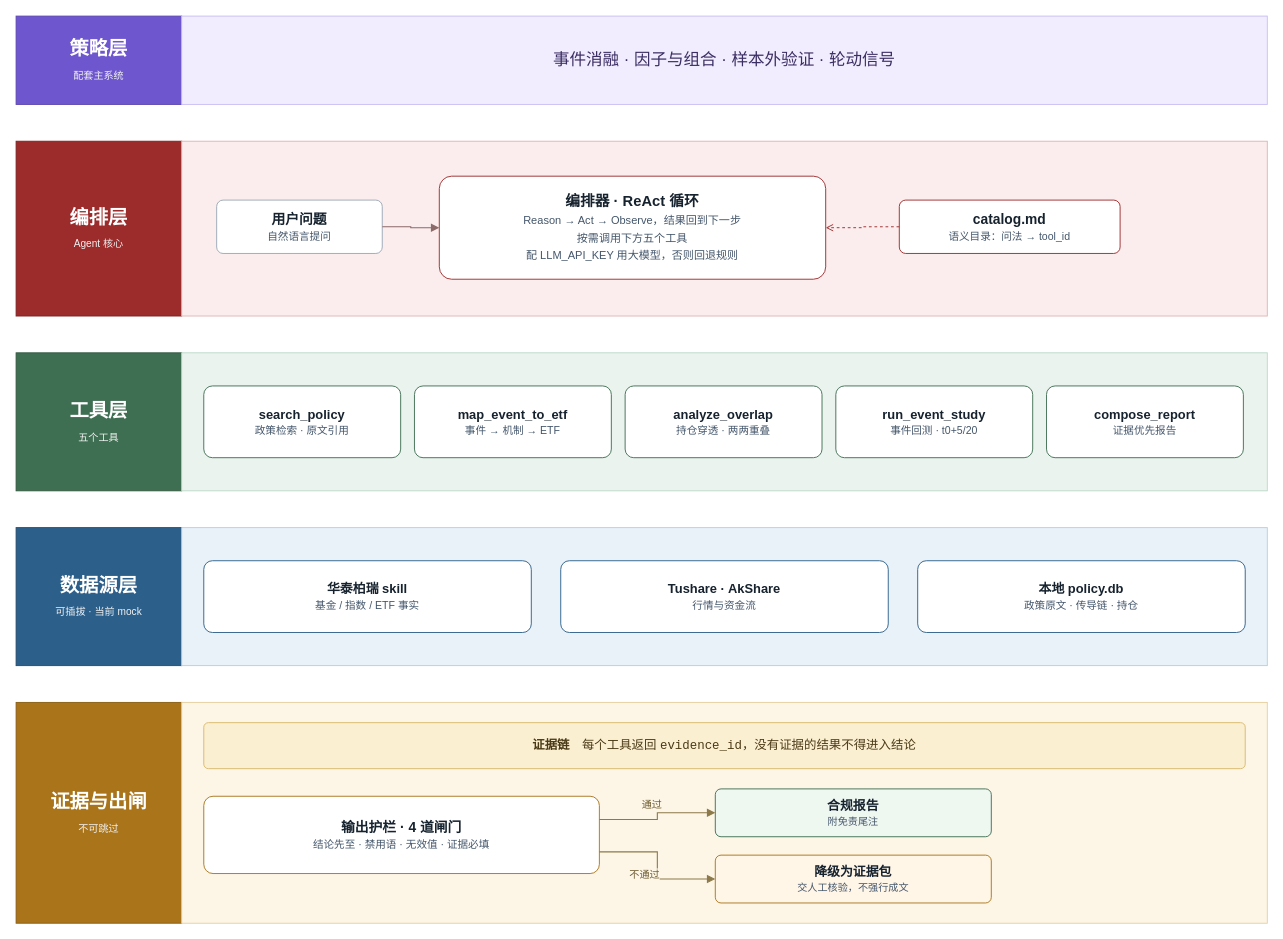
The draw.io diagram docs/architecture.drawio in ChinaLyn/etf-research-agent, before the edit. Source tidied: cells renumbered, new cells numbered last; positions are measured from the earlier drawing's top-left corner, leaving out a move shared by most shapes. Both pictures are drawn from the tidied source at 92%, with x=0, y=0 at pixel (16, 16).
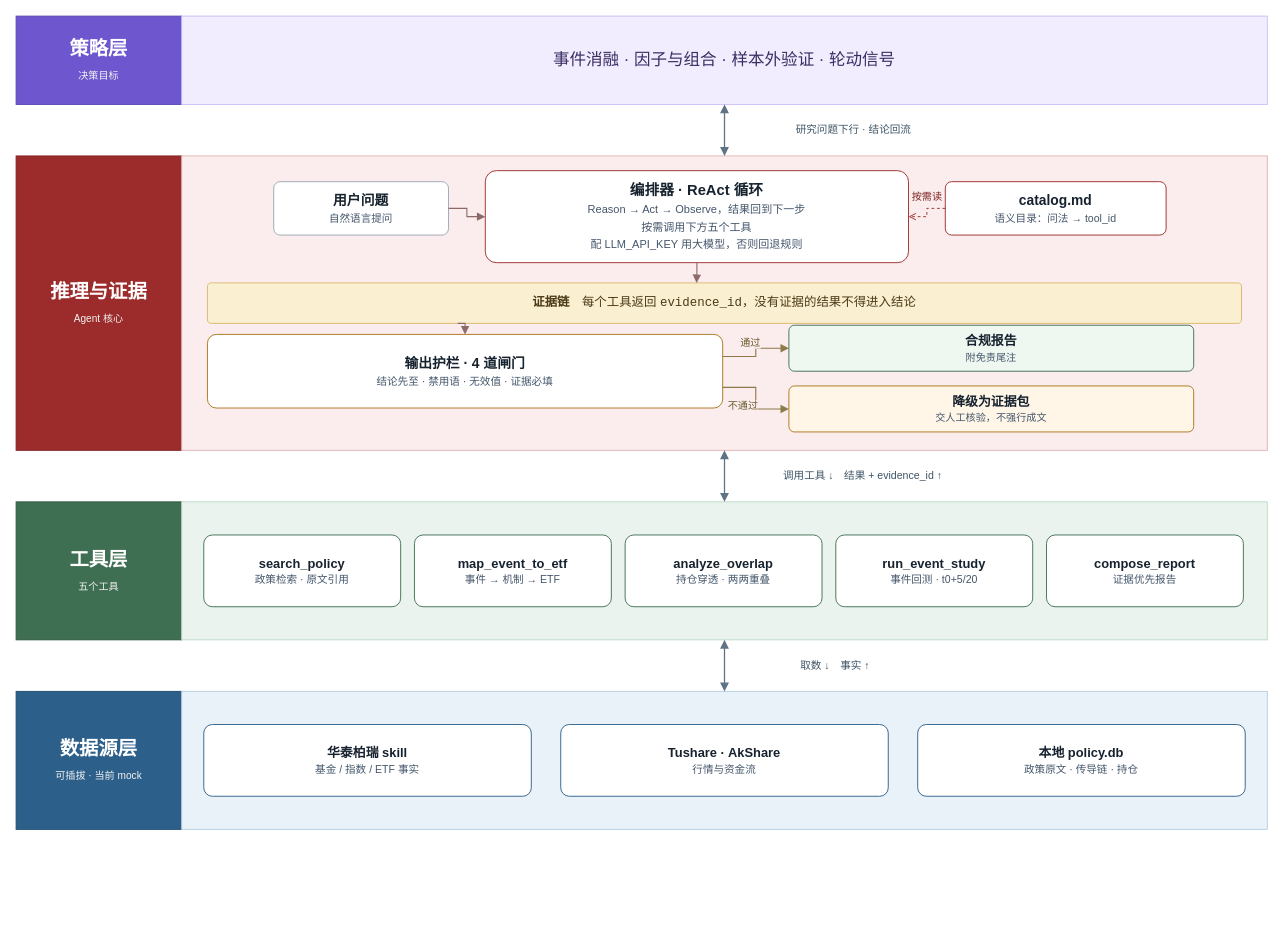
The same page after the edit.

Commit message (it also covers changes not shown here):
docs: 层间关系用双向箭头标出（问题下行/结论回流、调用/结果、取数/事实）

The change refers to these unchanged cells:
```xml
<mxCell id="3" style="rounded=0;whiteSpace=wrap;html=1;fontFamily=Microsoft YaHei;fillColor=#F1ECFE;strokeColor=#C9BEF5;" parent="1" vertex="1">
  <mxGeometry x="180" width="1180" height="96" as="geometry" />
</mxCell>
```

What changed in the source:
```diff
@@
-    <mxCell id="2" value="&lt;b&gt;策略层&lt;/b&gt;&lt;br&gt;&lt;font style=&quot;font-size:11px;color:#F2F2F2&quot;&gt;配套主系统&lt;/font&gt;" style="rounded=0;whiteSpace=wrap;html=1;fontSize=21;fontColor=#FFFFFF;fontFamily=Microsoft YaHei;fillColor=#6E56CF;strokeColor=#5A45B0;" parent="1" vertex="1">
+    <mxCell id="2" value="&lt;b&gt;策略层&lt;/b&gt;&lt;br&gt;&lt;font style=&quot;font-size:11px;color:#F2F2F2&quot;&gt;决策目标&lt;/font&gt;" style="rounded=0;whiteSpace=wrap;html=1;fontSize=21;fontColor=#FFFFFF;fontFamily=Microsoft YaHei;fillColor=#6E56CF;strokeColor=#5A45B0;" parent="1" vertex="1">
       <mxGeometry width="180" height="96" as="geometry" />
     </mxCell>
@@
-    <mxCell id="5" value="&lt;b&gt;编排层&lt;/b&gt;&lt;br&gt;&lt;font style=&quot;font-size:11px;color:#F2F2F2&quot;&gt;Agent 核心&lt;/font&gt;" style="rounded=0;whiteSpace=wrap;html=1;fontSize=21;fontColor=#FFFFFF;fontFamily=Microsoft YaHei;fillColor=#9C2B2B;strokeColor=#7F2222;" parent="1" vertex="1">
-      <mxGeometry y="136" width="180" height="190" as="geometry" />
+    <mxCell id="5" value="&lt;b&gt;推理与证据&lt;/b&gt;&lt;br&gt;&lt;font style=&quot;font-size:11px;color:#F2F2F2&quot;&gt;Agent 核心&lt;/font&gt;" style="rounded=0;whiteSpace=wrap;html=1;fontSize=21;fontColor=#FFFFFF;fontFamily=Microsoft YaHei;fillColor=#9C2B2B;strokeColor=#7F2222;" parent="1" vertex="1">
+      <mxGeometry y="152" width="180" height="320" as="geometry" />
     </mxCell>
     <mxCell id="6" style="rounded=0;whiteSpace=wrap;html=1;fontFamily=Microsoft YaHei;fillColor=#FBEDED;strokeColor=#E0B4B4;" parent="1" vertex="1">
-      <mxGeometry x="180" y="136" width="1180" height="190" as="geometry" />
+      <mxGeometry x="180" y="152" width="1180" height="320" as="geometry" />
     </mxCell>
     <mxCell id="7" value="&lt;b&gt;用户问题&lt;/b&gt;&lt;br&gt;&lt;font style=&quot;font-size:11.5px;color:#44566B&quot;&gt;自然语言提问&lt;/font&gt;" style="rounded=1;arcSize=12;whiteSpace=wrap;html=1;fontSize=15;fontColor=#16222E;fontFamily=Microsoft YaHei;fillColor=#FFFFFF;strokeColor=#9AA7B4;" parent="6" vertex="1">
-      <mxGeometry x="38" y="64" width="180" height="58" as="geometry" />
+      <mxGeometry x="100" y="28" width="190" height="58" as="geometry" />
     </mxCell>
     <mxCell id="8" value="&lt;b&gt;编排器 · ReAct 循环&lt;/b&gt;&lt;br&gt;&lt;font style=&quot;font-size:12px;color:#44566B&quot;&gt;Reason → Act → Observe，结果回到下一步&lt;br&gt;按需调用下方五个工具&lt;br&gt;配 LLM_API_KEY 用大模型，否则回退规则&lt;/font&gt;" style="rounded=1;arcSize=12;whiteSpace=wrap;html=1;fontSize=16;fontColor=#16222E;fontFamily=Microsoft YaHei;fillColor=#FFFFFF;strokeColor=#9C2B2B;" parent="6" vertex="1">
-      <mxGeometry x="280" y="38" width="420" height="112" as="geometry" />
+      <mxGeometry x="330" y="16" width="460" height="100" as="geometry" />
     </mxCell>
     <mxCell id="9" value="&lt;b&gt;catalog.md&lt;/b&gt;&lt;br&gt;&lt;font style=&quot;font-size:11.5px;color:#44566B&quot;&gt;语义目录：问法 → tool_id&lt;/font&gt;" style="rounded=1;arcSize=12;whiteSpace=wrap;html=1;fontSize=15;fontColor=#16222E;fontFamily=Microsoft YaHei;fillColor=#FFFFFF;strokeColor=#9C2B2B;" parent="6" vertex="1">
-      <mxGeometry x="780" y="64" width="240" height="58" as="geometry" />
+      <mxGeometry x="830" y="28" width="240" height="58" as="geometry" />
     </mxCell>
+    <mxCell id="26" value="&lt;b&gt;证据链&lt;/b&gt;　每个工具返回 &lt;code&gt;evidence_id&lt;/code&gt;，没有证据的结果不得进入结论" style="rounded=1;arcSize=10;whiteSpace=wrap;html=1;fontSize=13.5;fontColor=#4A3A15;fontFamily=Microsoft YaHei;fillColor=#FBEFD2;strokeColor=#D9B96A;" parent="6" vertex="1">
+      <mxGeometry x="28" y="138" width="1124" height="44" as="geometry" />
+    </mxCell>
+    <mxCell id="27" value="&lt;b&gt;输出护栏 · 4 道闸门&lt;/b&gt;&lt;br&gt;&lt;font style=&quot;font-size:11.5px;color:#44566B&quot;&gt;结论先至 · 禁用语 · 无效值 · 证据必填&lt;/font&gt;" style="rounded=1;arcSize=12;whiteSpace=wrap;html=1;fontSize=15;fontColor=#16222E;fontFamily=Microsoft YaHei;fillColor=#FFFFFF;strokeColor=#A9741A;" parent="6" vertex="1">
+      <mxGeometry x="28" y="194" width="560" height="80" as="geometry" />
+    </mxCell>
+    <mxCell id="28" value="&lt;b&gt;合规报告&lt;/b&gt;&lt;br&gt;&lt;font style=&quot;font-size:11px;color:#44566B&quot;&gt;附免责尾注&lt;/font&gt;" style="rounded=1;arcSize=12;whiteSpace=wrap;html=1;fontSize=14;fontColor=#16222E;fontFamily=Microsoft YaHei;fillColor=#EFF7F1;strokeColor=#3F6F52;" parent="6" vertex="1">
+      <mxGeometry x="660" y="184" width="440" height="50" as="geometry" />
+    </mxCell>
+    <mxCell id="29" value="&lt;b&gt;降级为证据包&lt;/b&gt;&lt;br&gt;&lt;font style=&quot;font-size:11px;color:#44566B&quot;&gt;交人工核验，不强行成文&lt;/font&gt;" style="rounded=1;arcSize=12;whiteSpace=wrap;html=1;fontSize=14;fontColor=#16222E;fontFamily=Microsoft YaHei;fillColor=#FFF6E8;strokeColor=#A9741A;" parent="6" vertex="1">
+      <mxGeometry x="660" y="250" width="440" height="50" as="geometry" />
+    </mxCell>
-    <mxCell id="10" style="edgeStyle=orthogonalEdgeStyle;rounded=0;html=1;endArrow=block;endFill=1;strokeWidth=1.2;strokeColor=#8C6A6A;" parent="1" edge="1" source="7" target="8">
+    <mxCell id="10" style="edgeStyle=orthogonalEdgeStyle;rounded=0;html=1;endArrow=block;endFill=1;strokeWidth=1.2;strokeColor=#8C6A6A;exitX=1;exitY=0.5;exitDx=0;exitDy=0;entryX=0;entryY=0.5;entryDx=0;entryDy=0;" parent="1" edge="1" source="7" target="8">
       <mxGeometry relative="1" as="geometry" />
     </mxCell>
-    <mxCell id="11" style="edgeStyle=orthogonalEdgeStyle;rounded=0;html=1;dashed=1;endArrow=open;strokeColor=#9C2B2B;fontColor=#7F2222;fontSize=11;labelBackgroundColor=#FBEDED;" parent="1" edge="1" source="9" target="8">
-      <mxGeometry relative="1" as="geometry" />
+    <mxCell id="11" value="按需读" style="edgeStyle=orthogonalEdgeStyle;rounded=0;html=1;dashed=1;endArrow=open;strokeColor=#9C2B2B;fontColor=#7F2222;fontSize=11;labelBackgroundColor=#FBEDED;exitX=0;exitY=0.5;exitDx=0;exitDy=0;entryX=1;entryY=0.5;entryDx=0;entryDy=0;" parent="1" edge="1" source="9" target="8">
+      <mxGeometry relative="1" as="geometry">
+        <mxPoint y="-18" as="offset" />
+      </mxGeometry>
     </mxCell>
+    <mxCell id="32" style="edgeStyle=orthogonalEdgeStyle;rounded=0;html=1;endArrow=block;endFill=1;strokeWidth=1.2;strokeColor=#8C6A6A;exitX=0.5;exitY=1;exitDx=0;exitDy=0;entryX=0.473;entryY=0;entryDx=0;entryDy=0;" parent="1" edge="1" source="8" target="26">
+      <mxGeometry relative="1" as="geometry" />
+    </mxCell>
+    <mxCell id="33" style="edgeStyle=orthogonalEdgeStyle;rounded=0;html=1;endArrow=block;endFill=1;strokeWidth=1.2;strokeColor=#8C6A6A;exitX=0.242;exitY=1;exitDx=0;exitDy=0;entryX=0.5;entryY=0;entryDx=0;entryDy=0;" parent="1" edge="1" source="26" target="27">
+      <mxGeometry relative="1" as="geometry" />
+    </mxCell>
+    <mxCell id="30" value="通过" style="edgeStyle=orthogonalEdgeStyle;rounded=0;html=1;endArrow=block;endFill=1;strokeWidth=1.2;strokeColor=#8C7A4A;exitX=1;exitY=0.3;exitDx=0;exitDy=0;entryX=0;entryY=0.5;entryDx=0;entryDy=0;fontSize=11;fontColor=#6B5A2E;labelBackgroundColor=#FBEDED;" parent="1" edge="1" source="27" target="28">
+      <mxGeometry relative="1" as="geometry">
+        <mxPoint x="-6" y="-10" as="offset" />
+      </mxGeometry>
+    </mxCell>
+    <mxCell id="31" value="不通过" style="edgeStyle=orthogonalEdgeStyle;rounded=0;html=1;endArrow=block;endFill=1;strokeWidth=1.2;strokeColor=#8C7A4A;exitX=1;exitY=0.72;exitDx=0;exitDy=0;entryX=0;entryY=0.5;entryDx=0;entryDy=0;fontSize=11;fontColor=#6B5A2E;labelBackgroundColor=#FBEDED;" parent="1" edge="1" source="27" target="29">
+      <mxGeometry relative="1" as="geometry">
+        <mxPoint x="-14" y="8" as="offset" />
+      </mxGeometry>
+    </mxCell>
     <mxCell id="12" value="&lt;b&gt;工具层&lt;/b&gt;&lt;br&gt;&lt;font style=&quot;font-size:11px;color:#F2F2F2&quot;&gt;五个工具&lt;/font&gt;" style="rounded=0;whiteSpace=wrap;html=1;fontSize=21;fontColor=#FFFFFF;fontFamily=Microsoft YaHei;fillColor=#3F6F52;strokeColor=#31573F;" parent="1" vertex="1">
-      <mxGeometry y="366" width="180" height="150" as="geometry" />
+      <mxGeometry y="528" width="180" height="150" as="geometry" />
     </mxCell>
     <mxCell id="13" style="rounded=0;whiteSpace=wrap;html=1;fontFamily=Microsoft YaHei;fillColor=#EAF3EE;strokeColor=#BCD9C7;" parent="1" vertex="1">
-      <mxGeometry x="180" y="366" width="1180" height="150" as="geometry" />
+      <mxGeometry x="180" y="528" width="1180" height="150" as="geometry" />
     </mxCell>
@@
     <mxCell id="19" value="&lt;b&gt;数据源层&lt;/b&gt;&lt;br&gt;&lt;font style=&quot;font-size:11px;color:#F2F2F2&quot;&gt;可插拔 · 当前 mock&lt;/font&gt;" style="rounded=0;whiteSpace=wrap;html=1;fontSize=21;fontColor=#FFFFFF;fontFamily=Microsoft YaHei;fillColor=#2C5F8A;strokeColor=#234C6E;" parent="1" vertex="1">
-      <mxGeometry y="556" width="180" height="150" as="geometry" />
+      <mxGeometry y="734" width="180" height="150" as="geometry" />
     </mxCell>
     <mxCell id="20" style="rounded=0;whiteSpace=wrap;html=1;fontFamily=Microsoft YaHei;fillColor=#E9F2F8;strokeColor=#B7CFE0;" parent="1" vertex="1">
-      <mxGeometry x="180" y="556" width="1180" height="150" as="geometry" />
+      <mxGeometry x="180" y="734" width="1180" height="150" as="geometry" />
     </mxCell>
@@
-    <mxCell id="24" value="&lt;b&gt;证据与出闸&lt;/b&gt;&lt;br&gt;&lt;font style=&quot;font-size:11px;color:#F2F2F2&quot;&gt;不可跳过&lt;/font&gt;" style="rounded=0;whiteSpace=wrap;html=1;fontSize=21;fontColor=#FFFFFF;fontFamily=Microsoft YaHei;fillColor=#A9741A;strokeColor=#8A5E12;" parent="1" vertex="1">
-      <mxGeometry y="746" width="180" height="240" as="geometry" />
-    </mxCell>
-    <mxCell id="25" style="rounded=0;whiteSpace=wrap;html=1;fontFamily=Microsoft YaHei;fillColor=#FDF6E7;strokeColor=#E6CFA0;" parent="1" vertex="1">
-      <mxGeometry x="180" y="746" width="1180" height="240" as="geometry" />
-    </mxCell>
-    <mxCell id="26" value="&lt;b&gt;证据链&lt;/b&gt;　每个工具返回 &lt;code&gt;evidence_id&lt;/code&gt;，没有证据的结果不得进入结论" style="rounded=1;arcSize=10;whiteSpace=wrap;html=1;fontSize=13.5;fontColor=#4A3A15;fontFamily=Microsoft YaHei;fillColor=#FBEFD2;strokeColor=#D9B96A;" parent="25" vertex="1">
-      <mxGeometry x="24" y="22" width="1132" height="50" as="geometry" />
-    </mxCell>
-    <mxCell id="27" value="&lt;b&gt;输出护栏 · 4 道闸门&lt;/b&gt;&lt;br&gt;&lt;font style=&quot;font-size:11.5px;color:#44566B&quot;&gt;结论先至 · 禁用语 · 无效值 · 证据必填&lt;/font&gt;" style="rounded=1;arcSize=12;whiteSpace=wrap;html=1;fontSize=15;fontColor=#16222E;fontFamily=Microsoft YaHei;fillColor=#FFFFFF;strokeColor=#A9741A;" parent="25" vertex="1">
-      <mxGeometry x="24" y="102" width="430" height="84" as="geometry" />
-    </mxCell>
-    <mxCell id="28" value="&lt;b&gt;合规报告&lt;/b&gt;&lt;br&gt;&lt;font style=&quot;font-size:11px;color:#44566B&quot;&gt;附免责尾注&lt;/font&gt;" style="rounded=1;arcSize=12;whiteSpace=wrap;html=1;fontSize=14;fontColor=#16222E;fontFamily=Microsoft YaHei;fillColor=#EFF7F1;strokeColor=#3F6F52;" parent="25" vertex="1">
-      <mxGeometry x="580" y="94" width="300" height="52" as="geometry" />
-    </mxCell>
-    <mxCell id="29" value="&lt;b&gt;降级为证据包&lt;/b&gt;&lt;br&gt;&lt;font style=&quot;font-size:11px;color:#44566B&quot;&gt;交人工核验，不强行成文&lt;/font&gt;" style="rounded=1;arcSize=12;whiteSpace=wrap;html=1;fontSize=14;fontColor=#16222E;fontFamily=Microsoft YaHei;fillColor=#FFF6E8;strokeColor=#A9741A;" parent="25" vertex="1">
-      <mxGeometry x="580" y="166" width="300" height="52" as="geometry" />
-    </mxCell>
-    <mxCell id="30" value="通过" style="edgeStyle=orthogonalEdgeStyle;rounded=0;html=1;endArrow=block;endFill=1;strokeWidth=1.2;strokeColor=#8C7A4A;exitX=1;exitY=0.3;exitDx=0;exitDy=0;entryX=0;entryY=0.5;entryDx=0;entryDy=0;fontSize=11;fontColor=#6B5A2E;labelBackgroundColor=#FDF6E7;" parent="1" edge="1" source="27" target="28">
-      <mxGeometry relative="1" as="geometry">
-        <mxPoint x="-6" y="-12" as="offset" />
-      </mxGeometry>
-    </mxCell>
-    <mxCell id="31" value="不通过" style="edgeStyle=orthogonalEdgeStyle;rounded=0;html=1;endArrow=block;endFill=1;strokeWidth=1.2;strokeColor=#8C7A4A;exitX=1;exitY=0.72;exitDx=0;exitDy=0;entryX=0;entryY=0.5;entryDx=0;entryDy=0;fontSize=11;fontColor=#6B5A2E;labelBackgroundColor=#FDF6E7;" parent="1" edge="1" source="27" target="29">
-      <mxGeometry relative="1" as="geometry">
-        <mxPoint x="-14" y="10" as="offset" />
-      </mxGeometry>
-    </mxCell>
+    <mxCell id="34" value="研究问题下行 · 结论回流" style="edgeStyle=orthogonalEdgeStyle;rounded=0;html=1;startArrow=block;startFill=1;endArrow=block;endFill=1;strokeWidth=1.4;strokeColor=#5F7385;fontColor=#3E5566;fontSize=11.5;fontFamily=Microsoft YaHei;labelBackgroundColor=#FFFFFF;exitX=0.5;exitY=1;exitDx=0;exitDy=0;entryX=0.5;entryY=0;entryDx=0;entryDy=0;" parent="1" edge="1" source="3" target="6">
+      <mxGeometry relative="1" as="geometry">
+        <mxPoint x="140" as="offset" />
+      </mxGeometry>
+    </mxCell>
+    <mxCell id="35" value="调用工具 ↓　结果 + evidence_id ↑" style="edgeStyle=orthogonalEdgeStyle;rounded=0;html=1;startArrow=block;startFill=1;endArrow=block;endFill=1;strokeWidth=1.4;strokeColor=#5F7385;fontColor=#3E5566;fontSize=11.5;fontFamily=Microsoft YaHei;labelBackgroundColor=#FFFFFF;exitX=0.5;exitY=1;exitDx=0;exitDy=0;entryX=0.5;entryY=0;entryDx=0;entryDy=0;" parent="1" edge="1" source="6" target="13">
+      <mxGeometry relative="1" as="geometry">
+        <mxPoint x="150" as="offset" />
+      </mxGeometry>
+    </mxCell>
+    <mxCell id="36" value="取数 ↓　事实 ↑" style="edgeStyle=orthogonalEdgeStyle;rounded=0;html=1;startArrow=block;startFill=1;endArrow=block;endFill=1;strokeWidth=1.4;strokeColor=#5F7385;fontColor=#3E5566;fontSize=11.5;fontFamily=Microsoft YaHei;labelBackgroundColor=#FFFFFF;exitX=0.5;exitY=1;exitDx=0;exitDy=0;entryX=0.5;entryY=0;entryDx=0;entryDy=0;" parent="1" edge="1" source="13" target="20">
+      <mxGeometry relative="1" as="geometry">
+        <mxPoint x="120" as="offset" />
+      </mxGeometry>
+    </mxCell>
```
